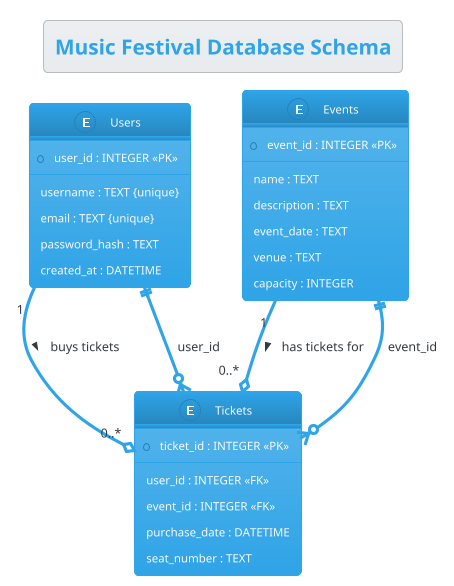
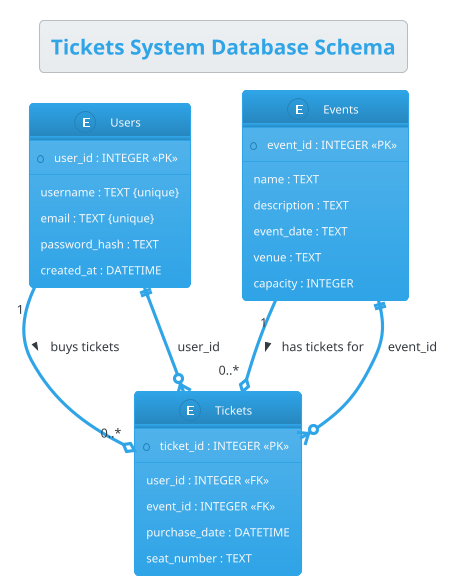
@startuml
!theme cerulean

- title Music Festival Database Schema
+ title Tickets System Database Schema

entity Users {
    * user_id : INTEGER <<PK>>
    --
    username : TEXT {unique}
    email : TEXT {unique}
    password_hash : TEXT
    created_at : DATETIME
}

entity Events {
    * event_id : INTEGER <<PK>>
    --
    name : TEXT
    description : TEXT
    event_date : TEXT
    venue : TEXT
    capacity : INTEGER
}

entity Tickets {
    * ticket_id : INTEGER <<PK>>
    --
    user_id : INTEGER <<FK>>
    event_id : INTEGER <<FK>>
    purchase_date : DATETIME
    seat_number : TEXT
}

' Relationships
Users "1" --o "0..*" Tickets : buys tickets >
Events "1" --o "0..*" Tickets : has tickets for >

' Explicitly defining the foreign key constraints for clarity
Users ||--o{ Tickets : user_id
Events ||--o{ Tickets : event_id

@enduml